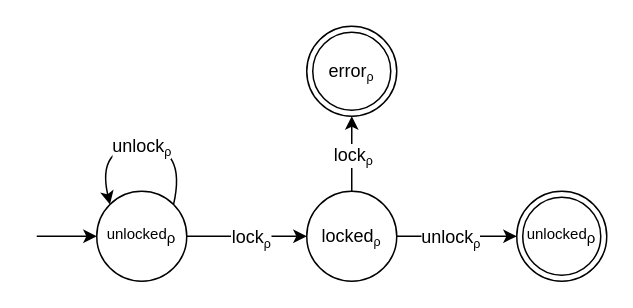
Before: algorithm/figures/double-lock-short-term.drawio in andersfischernielsen/Finding-Resource-Manipulation-Bugs-with-Monitor-Automata-on-the-Example-of-the-Linux-Kernel, a draw.io diagram. Source tidied: cells renumbered, new cells numbered last; positions are measured from the earlier drawing's top-left corner, leaving out a move shared by most shapes. Both pictures are drawn from the tidied source at 150%, with x=0, y=0 at pixel (36, 26).
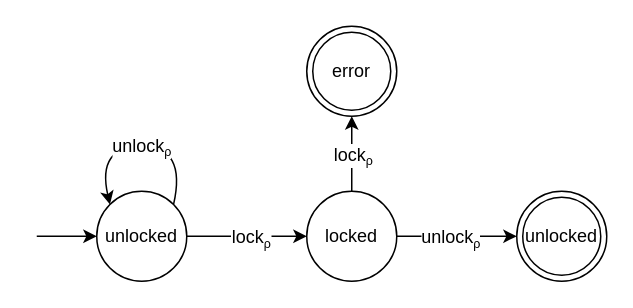
The same diagram, later.

What changed in the source:
```diff
@@
 <mxGraphModel>
   <root>
     <mxCell id="0" />
     <mxCell id="1" parent="0" />
     <mxCell id="2" style="endArrow=classic;html=1;entryX=0;entryY=0.5;entryDx=0;entryDy=0;" parent="1" edge="1" target="5">
       <mxGeometry relative="1" as="geometry">
         <mxPoint y="140" as="sourcePoint" />
       </mxGeometry>
     </mxCell>
     <mxCell id="3" style="endArrow=classic;html=1;exitX=0.5;exitY=0;exitDx=0;exitDy=0;entryX=0.5;entryY=1;entryDx=0;entryDy=0;" parent="1" edge="1" source="12" target="8">
       <mxGeometry relative="1" as="geometry" />
     </mxCell>
     <mxCell id="4" value="lock&lt;span style=&quot;font-size: 10px&quot;&gt;&lt;sub&gt;ρ&lt;/sub&gt;&lt;/span&gt;" style="text;html=1;align=center;verticalAlign=middle;labelBackgroundColor=#ffffff;" parent="3" vertex="1">
       <mxGeometry x="0.48" y="-2" relative="1" as="geometry">
         <mxPoint x="-2" y="12" as="offset" />
       </mxGeometry>
     </mxCell>
-    <mxCell id="5" value="unlocked&lt;span style=&quot;font-size: 10px;&quot;&gt;&lt;sub style=&quot;font-size: 10px;&quot;&gt;ρ&lt;/sub&gt;&lt;/span&gt;" style="ellipse;whiteSpace=wrap;html=1;fontSize=10;" parent="1" vertex="1">
+    <mxCell id="5" value="unlocked" style="ellipse;whiteSpace=wrap;html=1;fontSize=12;" parent="1" vertex="1">
       <mxGeometry x="40" y="110" width="60" height="60" as="geometry" />
     </mxCell>
     <mxCell id="6" style="curved=1;endArrow=classic;html=1;exitX=1;exitY=0.5;exitDx=0;exitDy=0;entryX=0;entryY=0.5;entryDx=0;entryDy=0;" parent="1" edge="1" source="5" target="12">
       <mxGeometry relative="1" as="geometry" />
     </mxCell>
     <mxCell id="7" value="lock&lt;span style=&quot;font-size: 10px&quot;&gt;&lt;sub&gt;ρ&lt;/sub&gt;&lt;/span&gt;" style="text;html=1;align=center;verticalAlign=middle;labelBackgroundColor=#ffffff;" parent="6" vertex="1">
       <mxGeometry x="0.04" y="-1" relative="1" as="geometry">
         <mxPoint y="-1" as="offset" />
       </mxGeometry>
     </mxCell>
-    <mxCell id="8" value="error&lt;span style=&quot;font-size: 10px&quot;&gt;&lt;sub&gt;ρ&lt;/sub&gt;&lt;/span&gt;" style="ellipse;shape=doubleEllipse;whiteSpace=wrap;html=1;" parent="1" vertex="1">
+    <mxCell id="8" value="error" style="ellipse;shape=doubleEllipse;whiteSpace=wrap;html=1;" parent="1" vertex="1">
       <mxGeometry x="180" width="60" height="60" as="geometry" />
     </mxCell>
-    <mxCell id="9" value="unlocked&lt;span style=&quot;font-size: 10px;&quot;&gt;&lt;sub style=&quot;font-size: 10px;&quot;&gt;ρ&lt;/sub&gt;&lt;/span&gt;" style="ellipse;shape=doubleEllipse;whiteSpace=wrap;html=1;fontSize=10;" parent="1" vertex="1">
+    <mxCell id="9" value="unlocked" style="ellipse;shape=doubleEllipse;whiteSpace=wrap;html=1;fontSize=12;" parent="1" vertex="1">
       <mxGeometry x="320" y="110" width="60" height="60" as="geometry" />
     </mxCell>
     <mxCell id="10" style="edgeStyle=orthogonalEdgeStyle;rounded=0;jettySize=auto;html=1;exitX=1;exitY=0.5;exitDx=0;exitDy=0;entryX=0;entryY=0.5;entryDx=0;entryDy=0;" parent="1" edge="1" source="12" target="9">
       <mxGeometry relative="1" as="geometry" />
     </mxCell>
     <mxCell id="11" value="&lt;span style=&quot;font-size: 12px&quot;&gt;unlock&lt;/span&gt;&lt;span style=&quot;font-size: 10px&quot;&gt;&lt;sub&gt;ρ&lt;/sub&gt;&lt;/span&gt;" style="edgeLabel;html=1;align=center;verticalAlign=middle;" parent="10" vertex="1">
       <mxGeometry x="-0.12" relative="1" as="geometry" />
     </mxCell>
-    <mxCell id="12" value="locked&lt;span style=&quot;font-size: 10px&quot;&gt;&lt;sub&gt;ρ&lt;/sub&gt;&lt;/span&gt;" style="ellipse;whiteSpace=wrap;html=1;" parent="1" vertex="1">
+    <mxCell id="12" value="locked" style="ellipse;whiteSpace=wrap;html=1;" parent="1" vertex="1">
       <mxGeometry x="180" y="110" width="60" height="60" as="geometry" />
     </mxCell>
     <mxCell id="13" value="&lt;span style=&quot;font-family: Helvetica; font-style: normal; font-variant-ligatures: normal; font-variant-caps: normal; font-weight: 400; letter-spacing: normal; orphans: 2; text-align: center; text-indent: 0px; text-transform: none; widows: 2; word-spacing: 0px; -webkit-text-stroke-width: 0px; text-decoration-style: initial; text-decoration-color: initial; font-size: 12px;&quot;&gt;unlock&lt;/span&gt;&lt;span style=&quot;font-family: Helvetica; font-style: normal; font-variant-ligatures: normal; font-variant-caps: normal; font-weight: 400; letter-spacing: normal; orphans: 2; text-align: center; text-indent: 0px; text-transform: none; widows: 2; word-spacing: 0px; -webkit-text-stroke-width: 0px; text-decoration-style: initial; text-decoration-color: initial; font-size: 10px;&quot;&gt;&lt;sub&gt;ρ&lt;/sub&gt;&lt;/span&gt;" style="orthogonalLoop=1;jettySize=auto;html=1;exitX=1;exitY=0;exitDx=0;exitDy=0;entryX=0;entryY=0;entryDx=0;entryDy=0;curved=1;" parent="1" edge="1" source="5" target="5">
       <mxGeometry relative="1" as="geometry">
         <Array as="points">
           <mxPoint x="100" y="80" />
           <mxPoint x="40" y="80" />
         </Array>
       </mxGeometry>
     </mxCell>
   </root>
 </mxGraphModel>
```
